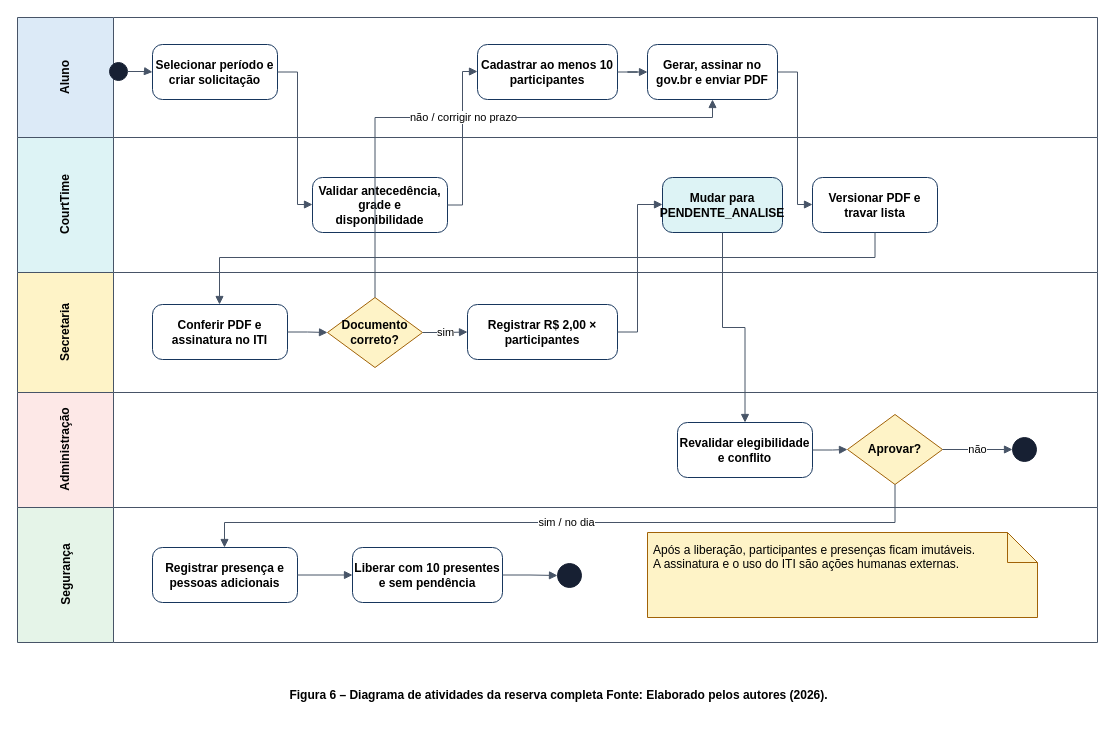
Above: page "Figura 6" (6 of 9) of docs/tcc/modelagem-profissional/fontes/courttime-modelagem-profissional.drawio in arthur-amancio/CourtTime (draw.io), before the change. Source tidied: cells renumbered, new cells numbered last; positions are measured from the earlier drawing's top-left corner, leaving out a move shared by most shapes. Both pictures are drawn from the tidied source at 100%, with x=0, y=0 at pixel (17, 17).
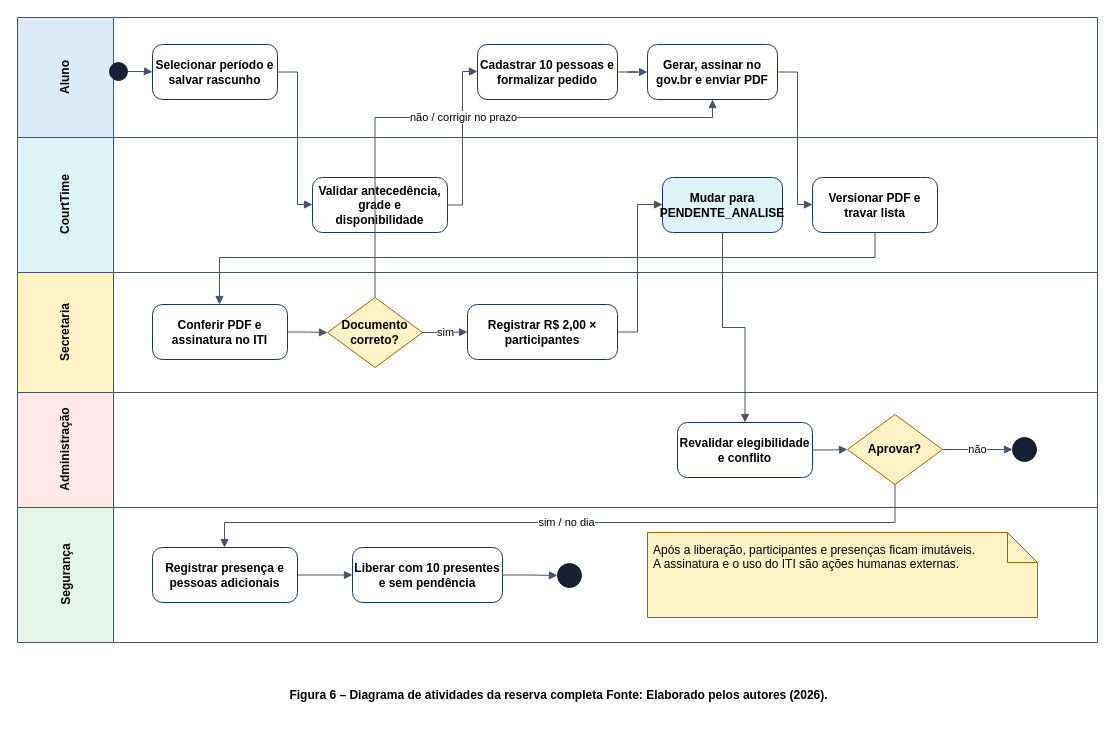
Above is the later version.

The edit, as a diff of the source:
```diff
@@
-    <mxCell id="8" value="Selecionar período e criar solicitação" style="html=1;whiteSpace=wrap;rounded=1;arcSize=18;align=center;verticalAlign=middle;fontStyle=1;fillColor=#FFFFFF;strokeColor=#17365D;" parent="1" vertex="1">
+    <mxCell id="8" value="Selecionar período e salvar rascunho" style="html=1;whiteSpace=wrap;rounded=1;arcSize=18;align=center;verticalAlign=middle;fontStyle=1;fillColor=#FFFFFF;strokeColor=#17365D;" parent="1" vertex="1">
       <mxGeometry x="135" y="27" width="125" height="55" as="geometry" />
     </mxCell>
@@
-    <mxCell id="10" value="Cadastrar ao menos 10 participantes" style="html=1;whiteSpace=wrap;rounded=1;arcSize=18;align=center;verticalAlign=middle;fontStyle=1;fillColor=#FFFFFF;strokeColor=#17365D;" parent="1" vertex="1">
+    <mxCell id="10" value="Cadastrar 10 pessoas e formalizar pedido" style="html=1;whiteSpace=wrap;rounded=1;arcSize=18;align=center;verticalAlign=middle;fontStyle=1;fillColor=#FFFFFF;strokeColor=#17365D;" parent="1" vertex="1">
       <mxGeometry x="460" y="27" width="140" height="55" as="geometry" />
     </mxCell>
```
